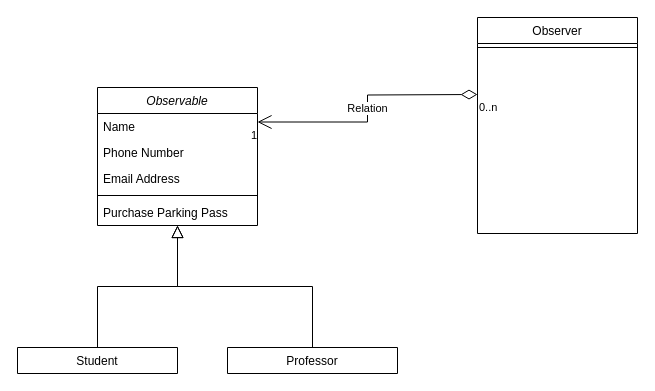
The draw.io diagram src/design/ObserverPattern.drawio in SGChebrolu/DraftWS, before the edit. Source tidied: cells renumbered, new cells numbered last; positions are measured from the earlier drawing's top-left corner, leaving out a move shared by most shapes. Both pictures are drawn from the tidied source at 100%, with x=0, y=0 at pixel (17, 17).
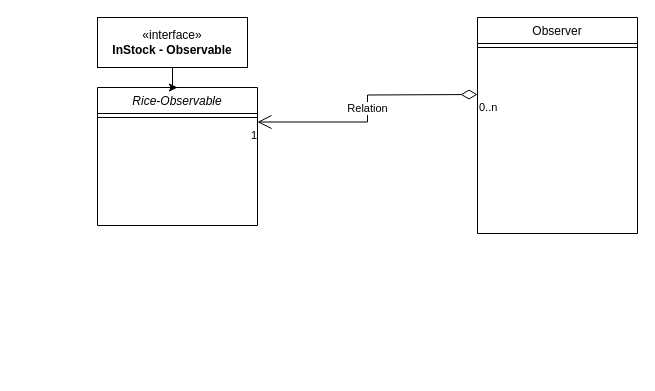
After the change.

Diff of the diagram source:
```diff
@@
 <mxGraphModel>
   <root>
     <mxCell id="0" />
     <mxCell id="1" parent="0" />
-    <mxCell id="2" value="Observable" style="swimlane;fontStyle=2;align=center;verticalAlign=top;horizontal=1;startSize=26;rounded=0;shadow=0;strokeWidth=1;" parent="1" vertex="1">
+    <mxCell id="2" value="Rice-Observable" style="swimlane;fontStyle=2;align=center;verticalAlign=top;horizontal=1;startSize=26;rounded=0;shadow=0;strokeWidth=1;" parent="1" vertex="1">
       <mxGeometry x="80" y="70" width="160" height="138" as="geometry" />
     </mxCell>
-    <mxCell id="3" value="Name" style="text;align=left;verticalAlign=top;spacingLeft=4;spacingRight=4;overflow=hidden;" parent="2" vertex="1">
-      <mxGeometry y="26" width="160" height="26" as="geometry" />
-    </mxCell>
-    <mxCell id="4" value="Phone Number" style="text;align=left;verticalAlign=top;spacingLeft=4;spacingRight=4;overflow=hidden;rounded=0;shadow=0;html=0;" parent="2" vertex="1">
-      <mxGeometry y="52" width="160" height="26" as="geometry" />
-    </mxCell>
-    <mxCell id="5" value="Email Address" style="text;align=left;verticalAlign=top;spacingLeft=4;spacingRight=4;overflow=hidden;rounded=0;shadow=0;html=0;" parent="2" vertex="1">
-      <mxGeometry y="78" width="160" height="26" as="geometry" />
-    </mxCell>
     <mxCell id="6" style="line;html=1;strokeWidth=1;align=left;verticalAlign=middle;spacingTop=-1;spacingLeft=3;spacingRight=3;labelPosition=right;" parent="2" vertex="1">
-      <mxGeometry y="104" width="160" height="8" as="geometry" />
+      <mxGeometry y="26" width="160" height="8" as="geometry" />
     </mxCell>
-    <mxCell id="7" value="Purchase Parking Pass" style="text;align=left;verticalAlign=top;spacingLeft=4;spacingRight=4;overflow=hidden;" parent="2" vertex="1">
-      <mxGeometry y="112" width="160" height="26" as="geometry" />
-    </mxCell>
-    <mxCell id="8" value="Student" style="swimlane;fontStyle=0;align=center;verticalAlign=top;horizontal=1;startSize=26;rounded=0;shadow=0;strokeWidth=1;" parent="1" vertex="1" collapsed="1">
-      <mxGeometry y="330" width="160" height="26" as="geometry" />
-    </mxCell>
-    <mxCell id="9" style="endArrow=block;endSize=10;endFill=0;shadow=0;strokeWidth=1;rounded=0;edgeStyle=elbowEdgeStyle;elbow=vertical;" parent="1" edge="1" source="8" target="2">
-      <mxGeometry relative="1" as="geometry" />
-    </mxCell>
-    <mxCell id="10" value="Professor" style="swimlane;fontStyle=0;align=center;verticalAlign=top;horizontal=1;startSize=26;rounded=0;shadow=0;strokeWidth=1;" parent="1" vertex="1" collapsed="1">
-      <mxGeometry x="210" y="330" width="170" height="26" as="geometry" />
-    </mxCell>
-    <mxCell id="11" style="endArrow=block;endSize=10;endFill=0;shadow=0;strokeWidth=1;rounded=0;edgeStyle=elbowEdgeStyle;elbow=vertical;" parent="1" edge="1" source="10" target="2">
-      <mxGeometry relative="1" as="geometry" />
-    </mxCell>
     <mxCell id="12" value="Observer" style="swimlane;fontStyle=0;align=center;verticalAlign=top;horizontal=1;startSize=26;rounded=0;shadow=0;strokeWidth=1;" parent="1" vertex="1">
       <mxGeometry x="460" width="160" height="216" as="geometry" />
     </mxCell>
     <mxCell id="13" style="line;html=1;strokeWidth=1;align=left;verticalAlign=middle;spacingTop=-1;spacingLeft=3;spacingRight=3;labelPosition=right;" parent="12" vertex="1">
       <mxGeometry y="26" width="160" height="8" as="geometry" />
     </mxCell>
     <mxCell id="14" value="Relation" style="endArrow=open;html=1;endSize=12;startArrow=diamondThin;startSize=14;startFill=0;edgeStyle=orthogonalEdgeStyle;rounded=0;entryX=1;entryY=0.25;entryDx=0;entryDy=0;" parent="1" edge="1" target="2">
       <mxGeometry relative="1" as="geometry">
         <mxPoint x="460" y="77" as="sourcePoint" />
       </mxGeometry>
     </mxCell>
     <mxCell id="15" value="0..n" style="edgeLabel;html=1;align=left;verticalAlign=top;" parent="14" vertex="1">
       <mxGeometry x="-1" relative="1" as="geometry" />
     </mxCell>
     <mxCell id="16" value="1" style="edgeLabel;html=1;align=right;verticalAlign=top;" parent="14" vertex="1">
       <mxGeometry x="1" relative="1" as="geometry" />
     </mxCell>
+    <mxCell id="17" style="edgeStyle=orthogonalEdgeStyle;rounded=0;jettySize=auto;html=1;exitX=0.5;exitY=1;exitDx=0;exitDy=0;" parent="1" edge="1" source="18" target="2">
+      <mxGeometry relative="1" as="geometry" />
+    </mxCell>
+    <mxCell id="18" value="«interface»&lt;br&gt;&lt;b&gt;InStock - Observable&lt;/b&gt;" style="html=1;whiteSpace=wrap;" parent="1" vertex="1">
+      <mxGeometry x="80" width="150" height="50" as="geometry" />
+    </mxCell>
   </root>
 </mxGraphModel>
```
